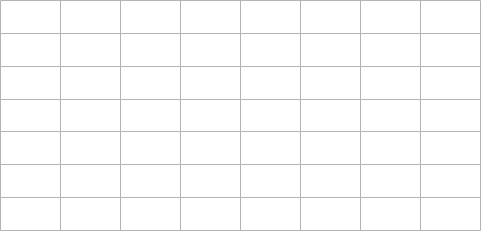
buyodo/webgis-doc keeps this draw.io diagram as 収益化.drawio.png. Above is the earlier version. Source tidied: cells renumbered, new cells last; positions are measured from the earlier drawing's top-left corner, leaving out a move shared by most shapes.
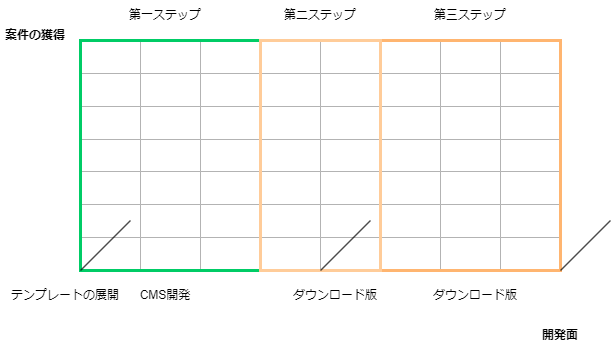
Above is the later version.

Commit message:
収益化.drawio.png を更新します

What changed in the source:
```diff
@@ -194,5 +194,59 @@
     <mxCell id="65" style="shape=partialRectangle;html=1;whiteSpace=wrap;overflow=hidden;fillColor=none;top=0;left=0;bottom=0;right=0;" parent="57" vertex="1">
       <mxGeometry x="420" width="60" height="33" as="geometry" />
     </mxCell>
+    <mxCell id="66" value="第一ステップ" style="text;html=1;strokeColor=none;fillColor=none;align=center;verticalAlign=middle;whiteSpace=wrap;rounded=0;" parent="1" vertex="1">
+      <mxGeometry x="40" y="-40" width="90" height="30" as="geometry" />
+    </mxCell>
+    <mxCell id="67" value="テンプレートの展開" style="text;html=1;strokeColor=none;fillColor=none;align=center;verticalAlign=middle;whiteSpace=wrap;rounded=0;" parent="1" vertex="1">
+      <mxGeometry x="-70" y="240" width="110" height="30" as="geometry" />
+    </mxCell>
+    <mxCell id="68" value="案件の獲得" style="text;html=1;strokeColor=none;fillColor=none;align=center;verticalAlign=middle;whiteSpace=wrap;rounded=0;fontStyle=1;" parent="1" vertex="1">
+      <mxGeometry x="-80" y="-20" width="70" height="30" as="geometry" />
+    </mxCell>
+    <mxCell id="69" value="開発面" style="text;html=1;strokeColor=none;fillColor=none;align=center;verticalAlign=middle;whiteSpace=wrap;rounded=0;fontStyle=1;" parent="1" vertex="1">
+      <mxGeometry x="450" y="280" width="60" height="30" as="geometry" />
+    </mxCell>
+    <mxCell id="70" value="ダウンロード版" style="text;html=1;strokeColor=none;fillColor=none;align=center;verticalAlign=middle;whiteSpace=wrap;rounded=0;" parent="1" vertex="1">
+      <mxGeometry x="210" y="240" width="90" height="30" as="geometry" />
+    </mxCell>
+    <mxCell id="71" style="rounded=0;whiteSpace=wrap;html=1;strokeColor=#00CC66;fillColor=none;strokeWidth=3;" parent="1" vertex="1">
+      <mxGeometry width="180" height="230" as="geometry" />
+    </mxCell>
+    <mxCell id="72" value="CMS開発" style="text;html=1;strokeColor=none;fillColor=none;align=center;verticalAlign=middle;whiteSpace=wrap;rounded=0;" parent="1" vertex="1">
+      <mxGeometry x="40" y="240" width="90" height="30" as="geometry" />
+    </mxCell>
+    <mxCell id="73" value="ダウンロード版" style="text;html=1;strokeColor=none;fillColor=none;align=center;verticalAlign=middle;whiteSpace=wrap;rounded=0;" parent="1" vertex="1">
+      <mxGeometry x="350" y="240" width="90" height="30" as="geometry" />
+    </mxCell>
+    <mxCell id="74" style="rounded=0;whiteSpace=wrap;html=1;strokeColor=#FFB570;fillColor=none;strokeWidth=3;" parent="1" vertex="1">
+      <mxGeometry x="300" width="180" height="230" as="geometry" />
+    </mxCell>
+    <mxCell id="75" style="rounded=0;whiteSpace=wrap;html=1;strokeColor=#FFCC99;fillColor=none;strokeWidth=3;" parent="1" vertex="1">
+      <mxGeometry x="180" width="120" height="230" as="geometry" />
+    </mxCell>
+    <mxCell id="76" style="endArrow=none;html=1;rounded=0;" parent="1" edge="1">
+      <mxGeometry relative="1" as="geometry">
+        <mxPoint y="230" as="sourcePoint" />
+        <mxPoint x="50" y="180" as="targetPoint" />
+      </mxGeometry>
+    </mxCell>
+    <mxCell id="77" style="endArrow=none;html=1;rounded=0;" parent="1" edge="1">
+      <mxGeometry relative="1" as="geometry">
+        <mxPoint x="240" y="230" as="sourcePoint" />
+        <mxPoint x="290" y="180" as="targetPoint" />
+      </mxGeometry>
+    </mxCell>
+    <mxCell id="78" style="endArrow=none;html=1;rounded=0;" parent="1" edge="1">
+      <mxGeometry relative="1" as="geometry">
+        <mxPoint x="480" y="230" as="sourcePoint" />
+        <mxPoint x="530" y="180" as="targetPoint" />
+      </mxGeometry>
+    </mxCell>
+    <mxCell id="79" value="第二ステップ" style="text;html=1;strokeColor=none;fillColor=none;align=center;verticalAlign=middle;whiteSpace=wrap;rounded=0;" parent="1" vertex="1">
+      <mxGeometry x="195" y="-40" width="90" height="30" as="geometry" />
+    </mxCell>
+    <mxCell id="80" value="第三ステップ" style="text;html=1;strokeColor=none;fillColor=none;align=center;verticalAlign=middle;whiteSpace=wrap;rounded=0;" parent="1" vertex="1">
+      <mxGeometry x="345" y="-40" width="90" height="30" as="geometry" />
+    </mxCell>
   </root>
 </mxGraphModel>
```
